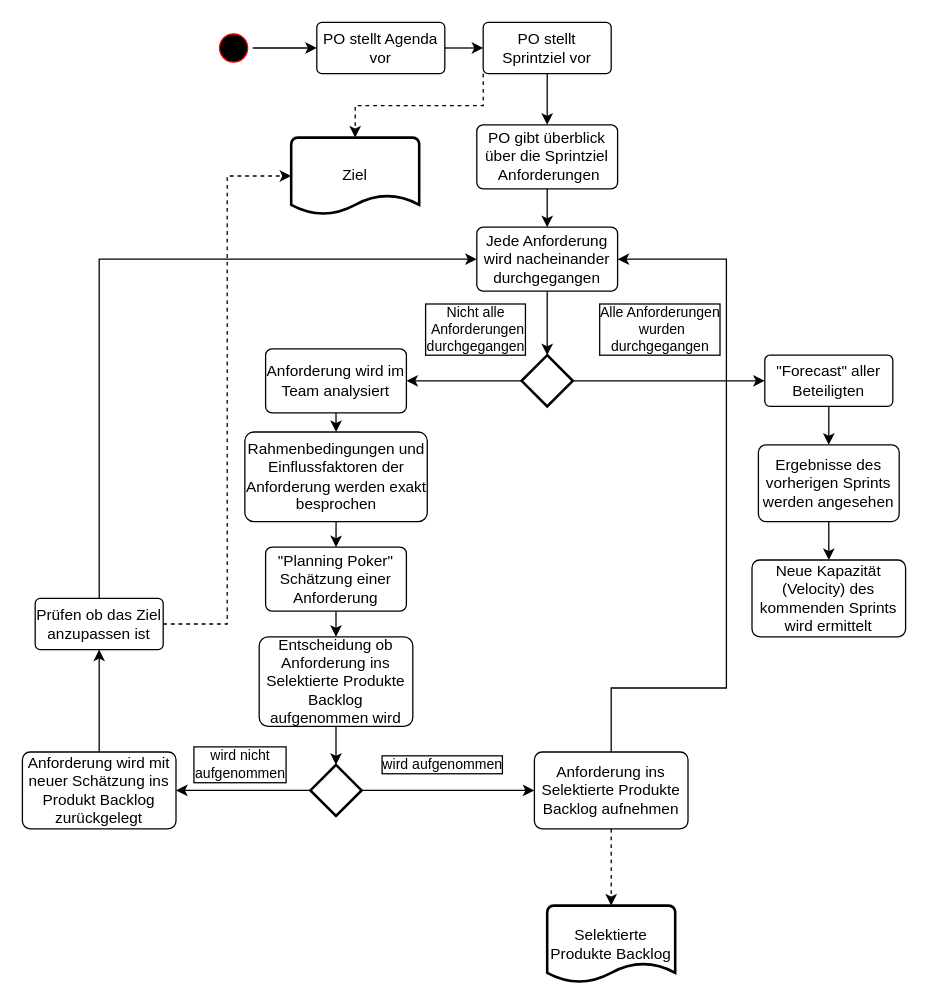
Earlier version of the draw.io diagram aktivitätsdiagramm.drawio (LoganOfDoom/se1_hbrs_pp). Source tidied: cells renumbered, new cells numbered last; positions are measured from the earlier drawing's top-left corner, leaving out a move shared by most shapes. Both pictures are drawn from the tidied source at 128%, with x=0, y=0 at pixel (22, 22).
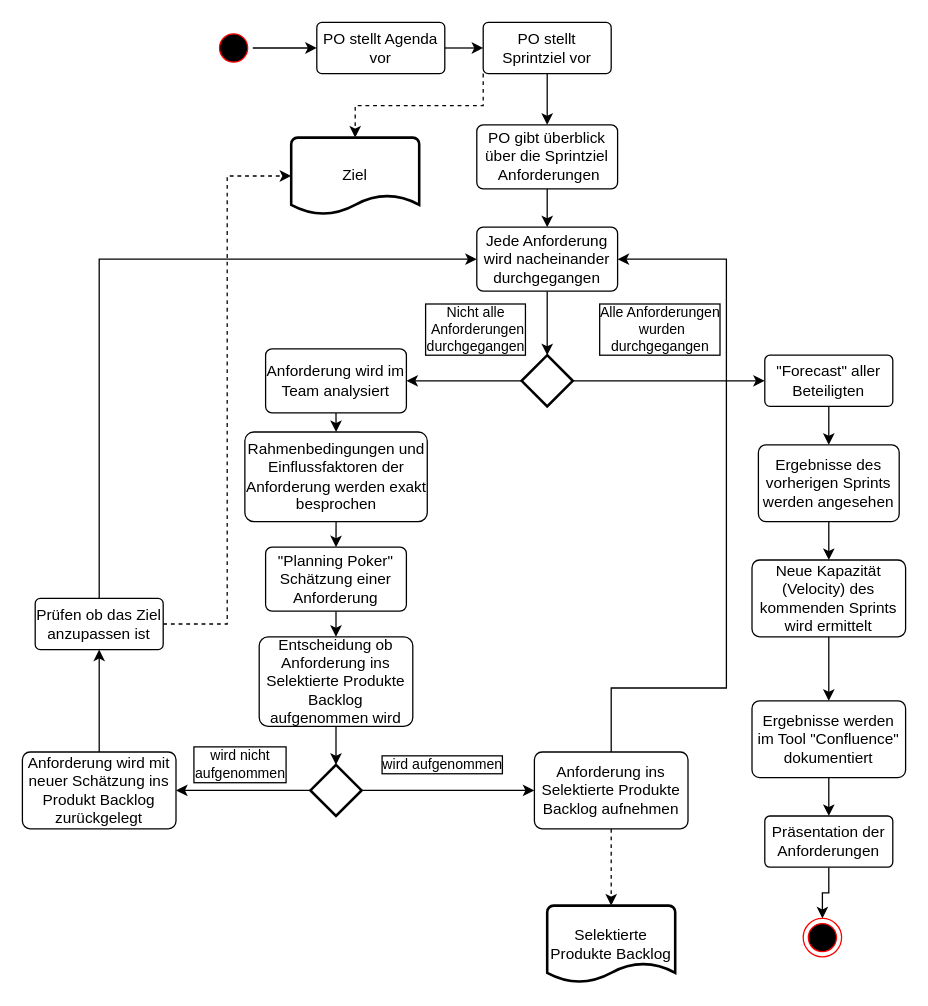
The same diagram, later.

The change refers to these unchanged cells:
```xml
<mxCell id="38" value="Neue Kapazität (Velocity) des kommenden Sprints wird ermittelt" style="rounded=1;arcSize=10;whiteSpace=wrap;html=1;align=center;" parent="1" vertex="1">
  <mxGeometry x="570" y="420" width="120" height="60" as="geometry" />
</mxCell>
```

Change to the diagram source:
```diff
@@
+    <mxCell id="42" style="edgeStyle=orthogonalEdgeStyle;rounded=0;jettySize=auto;html=1;exitX=0.5;exitY=1;exitDx=0;exitDy=0;entryX=0.5;entryY=0;entryDx=0;entryDy=0;labelBackgroundColor=none;labelBorderColor=default;strokeColor=#000000;" parent="1" edge="1" source="38" target="44">
+      <mxGeometry relative="1" as="geometry" />
+    </mxCell>
@@
+    <mxCell id="43" style="edgeStyle=orthogonalEdgeStyle;rounded=0;jettySize=auto;html=1;exitX=0.5;exitY=1;exitDx=0;exitDy=0;labelBackgroundColor=none;labelBorderColor=default;strokeColor=#000000;" parent="1" edge="1" source="44" target="46">
+      <mxGeometry relative="1" as="geometry" />
+    </mxCell>
+    <mxCell id="44" value="Ergebnisse werden im Tool &quot;Confluence&quot; dokumentiert" style="rounded=1;arcSize=10;whiteSpace=wrap;html=1;align=center;" parent="1" vertex="1">
+      <mxGeometry x="570" y="530" width="120" height="60" as="geometry" />
+    </mxCell>
+    <mxCell id="45" style="edgeStyle=orthogonalEdgeStyle;rounded=0;jettySize=auto;html=1;exitX=0.5;exitY=1;exitDx=0;exitDy=0;labelBackgroundColor=none;labelBorderColor=default;strokeColor=#000000;" parent="1" edge="1" source="46" target="47">
+      <mxGeometry relative="1" as="geometry" />
+    </mxCell>
+    <mxCell id="46" value="Präsentation der Anforderungen" style="rounded=1;arcSize=10;whiteSpace=wrap;html=1;align=center;" parent="1" vertex="1">
+      <mxGeometry x="580" y="620" width="100" height="40" as="geometry" />
+    </mxCell>
+    <mxCell id="47" style="ellipse;html=1;shape=endState;fillColor=#000000;strokeColor=#ff0000;" parent="1" vertex="1">
+      <mxGeometry x="610" y="700" width="30" height="30" as="geometry" />
+    </mxCell>
```
